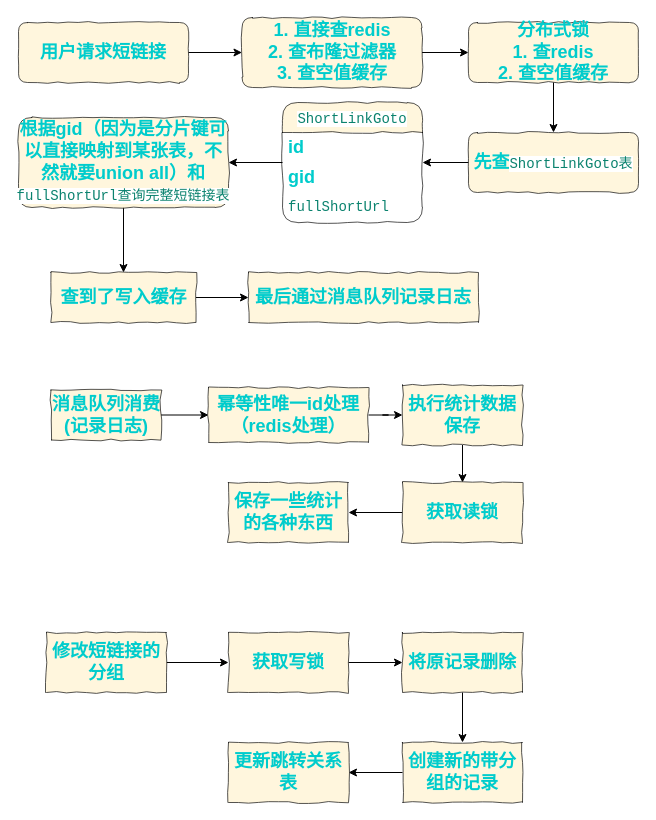
The draw.io diagram 短链接读写锁示意图.drawio in lanendiencgr2002/drawio_photos, before the edit. Source tidied: cells renumbered, new cells numbered last; positions are measured from the earlier drawing's top-left corner, leaving out a move shared by most shapes. Both pictures are drawn from the tidied source at 100%, with x=0, y=0 at pixel (18, 17).
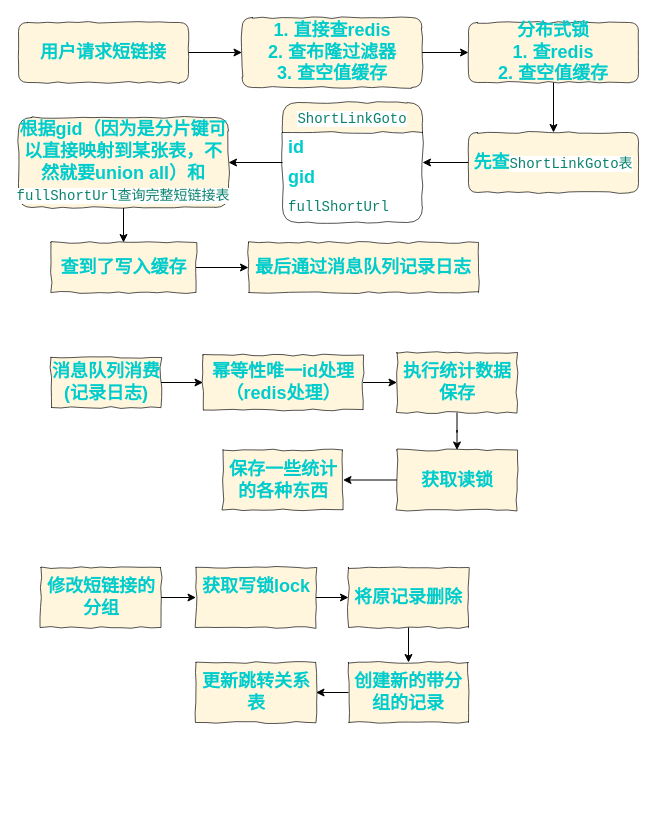
The same diagram, later.

Commit message:
更新短链接读写锁示意图.drawio

Diff of the diagram source:
```diff
@@
     <mxCell id="18" value="查到了写入缓存" style="rounded=0;whiteSpace=wrap;html=1;comic=1;opacity=67;strokeColor=default;align=center;verticalAlign=middle;fontFamily=Helvetica;fontSize=18;fontColor=light-dark(#00CCCC,#FF9090);fontStyle=1;labelBorderColor=none;labelBackgroundColor=none;fillColor=#fff2cc;gradientColor=none;" parent="1" vertex="1">
-      <mxGeometry x="32.5" y="255" width="145" height="50" as="geometry" />
+      <mxGeometry x="32.5" y="225" width="145" height="50" as="geometry" />
     </mxCell>
     <mxCell id="19" value="最后通过消息队列记录日志" style="rounded=0;whiteSpace=wrap;html=1;comic=1;opacity=67;strokeColor=default;align=center;verticalAlign=middle;fontFamily=Helvetica;fontSize=18;fontColor=light-dark(#00CCCC,#FF9090);fontStyle=1;labelBorderColor=none;labelBackgroundColor=none;fillColor=#fff2cc;gradientColor=none;" parent="1" vertex="1">
-      <mxGeometry x="230" y="255" width="230" height="50" as="geometry" />
+      <mxGeometry x="230" y="225" width="230" height="50" as="geometry" />
     </mxCell>
@@
     <mxCell id="21" value="消息队列消费(记录日志)" style="rounded=0;whiteSpace=wrap;html=1;comic=1;opacity=67;strokeColor=default;align=center;verticalAlign=middle;fontFamily=Helvetica;fontSize=18;fontColor=light-dark(#00CCCC,#FF9090);fontStyle=1;labelBorderColor=none;labelBackgroundColor=none;fillColor=#fff2cc;gradientColor=none;" parent="1" vertex="1">
-      <mxGeometry x="32.5" y="372.5" width="110" height="50" as="geometry" />
+      <mxGeometry x="32.5" y="340" width="110" height="50" as="geometry" />
     </mxCell>
@@
     <mxCell id="23" value="幂等性唯一id处理（redis处理）" style="rounded=0;whiteSpace=wrap;html=1;comic=1;opacity=67;strokeColor=default;align=center;verticalAlign=middle;fontFamily=Helvetica;fontSize=18;fontColor=light-dark(#00CCCC,#FF9090);fontStyle=1;labelBorderColor=none;labelBackgroundColor=none;fillColor=#fff2cc;gradientColor=none;" parent="1" vertex="1">
-      <mxGeometry x="190" y="370" width="160" height="55" as="geometry" />
+      <mxGeometry x="184.5" y="337.5" width="160" height="55" as="geometry" />
     </mxCell>
@@
     <mxCell id="25" value="执行统计数据保存" style="rounded=0;whiteSpace=wrap;html=1;comic=1;opacity=67;strokeColor=default;align=center;verticalAlign=middle;fontFamily=Helvetica;fontSize=18;fontColor=light-dark(#00CCCC,#FF9090);fontStyle=1;labelBorderColor=none;labelBackgroundColor=none;fillColor=#fff2cc;gradientColor=none;" parent="1" vertex="1">
-      <mxGeometry x="384" y="367.5" width="120" height="60" as="geometry" />
+      <mxGeometry x="378.5" y="335" width="120" height="60" as="geometry" />
     </mxCell>
@@
     <mxCell id="27" value="获取读锁" style="rounded=0;whiteSpace=wrap;html=1;comic=1;opacity=67;strokeColor=default;align=center;verticalAlign=middle;fontFamily=Helvetica;fontSize=18;fontColor=light-dark(#00CCCC,#FF9090);fontStyle=1;labelBorderColor=none;labelBackgroundColor=none;fillColor=#fff2cc;gradientColor=none;" parent="1" vertex="1">
-      <mxGeometry x="384" y="465" width="120" height="60" as="geometry" />
+      <mxGeometry x="378.5" y="432.5" width="120" height="60" as="geometry" />
     </mxCell>
     <mxCell id="28" value="保存一些统计的各种东西" style="rounded=0;whiteSpace=wrap;html=1;comic=1;opacity=67;strokeColor=default;align=center;verticalAlign=middle;fontFamily=Helvetica;fontSize=18;fontColor=light-dark(#00CCCC,#FF9090);fontStyle=1;labelBorderColor=none;labelBackgroundColor=none;fillColor=#fff2cc;gradientColor=none;" parent="1" vertex="1">
-      <mxGeometry x="210" y="465" width="120" height="60" as="geometry" />
+      <mxGeometry x="204.5" y="432.5" width="120" height="60" as="geometry" />
     </mxCell>
@@
     <mxCell id="30" value="修改短链接的分组" style="rounded=0;whiteSpace=wrap;html=1;comic=1;opacity=67;strokeColor=default;align=center;verticalAlign=middle;fontFamily=Helvetica;fontSize=18;fontColor=light-dark(#00CCCC,#FF9090);fontStyle=1;labelBorderColor=none;labelBackgroundColor=none;fillColor=#fff2cc;gradientColor=none;" parent="1" vertex="1">
-      <mxGeometry x="28" y="615" width="120" height="60" as="geometry" />
+      <mxGeometry x="22.5" y="550" width="120" height="60" as="geometry" />
     </mxCell>
@@
-    <mxCell id="32" value="获取写锁" style="rounded=0;whiteSpace=wrap;html=1;comic=1;opacity=67;strokeColor=default;align=center;verticalAlign=middle;fontFamily=Helvetica;fontSize=18;fontColor=light-dark(#00CCCC,#FF9090);fontStyle=1;labelBorderColor=none;labelBackgroundColor=none;fillColor=#fff2cc;gradientColor=none;" parent="1" vertex="1">
-      <mxGeometry x="210" y="615" width="120" height="60" as="geometry" />
+    <mxCell id="32" value="获取写锁lock&lt;div&gt;&lt;br&gt;&lt;/div&gt;" style="rounded=0;whiteSpace=wrap;html=1;comic=1;opacity=67;strokeColor=default;align=center;verticalAlign=middle;fontFamily=Helvetica;fontSize=18;fontColor=light-dark(#00CCCC,#FF9090);fontStyle=1;labelBorderColor=none;labelBackgroundColor=none;fillColor=#fff2cc;gradientColor=none;" parent="1" vertex="1">
+      <mxGeometry x="177.5" y="550" width="120" height="60" as="geometry" />
     </mxCell>
@@
     <mxCell id="34" value="将原记录删除" style="rounded=0;whiteSpace=wrap;html=1;comic=1;opacity=67;strokeColor=default;align=center;verticalAlign=middle;fontFamily=Helvetica;fontSize=18;fontColor=light-dark(#00CCCC,#FF9090);fontStyle=1;labelBorderColor=none;labelBackgroundColor=none;fillColor=#fff2cc;gradientColor=none;" parent="1" vertex="1">
-      <mxGeometry x="384" y="615" width="120" height="60" as="geometry" />
+      <mxGeometry x="330" y="550" width="120" height="60" as="geometry" />
     </mxCell>
@@
     <mxCell id="36" value="创建新的带分组的记录" style="rounded=0;whiteSpace=wrap;html=1;comic=1;opacity=67;strokeColor=default;align=center;verticalAlign=middle;fontFamily=Helvetica;fontSize=18;fontColor=light-dark(#00CCCC,#FF9090);fontStyle=1;labelBorderColor=none;labelBackgroundColor=none;fillColor=#fff2cc;gradientColor=none;" parent="1" vertex="1">
-      <mxGeometry x="384" y="725" width="120" height="60" as="geometry" />
+      <mxGeometry x="330" y="645" width="120" height="60" as="geometry" />
     </mxCell>
     <mxCell id="37" value="更新跳转关系表" style="rounded=0;whiteSpace=wrap;html=1;comic=1;opacity=67;strokeColor=default;align=center;verticalAlign=middle;fontFamily=Helvetica;fontSize=18;fontColor=light-dark(#00CCCC,#FF9090);fontStyle=1;labelBorderColor=none;labelBackgroundColor=none;fillColor=#fff2cc;gradientColor=none;" parent="1" vertex="1">
-      <mxGeometry x="210" y="725" width="120" height="60" as="geometry" />
+      <mxGeometry x="177.5" y="645" width="120" height="60" as="geometry" />
     </mxCell>
```
